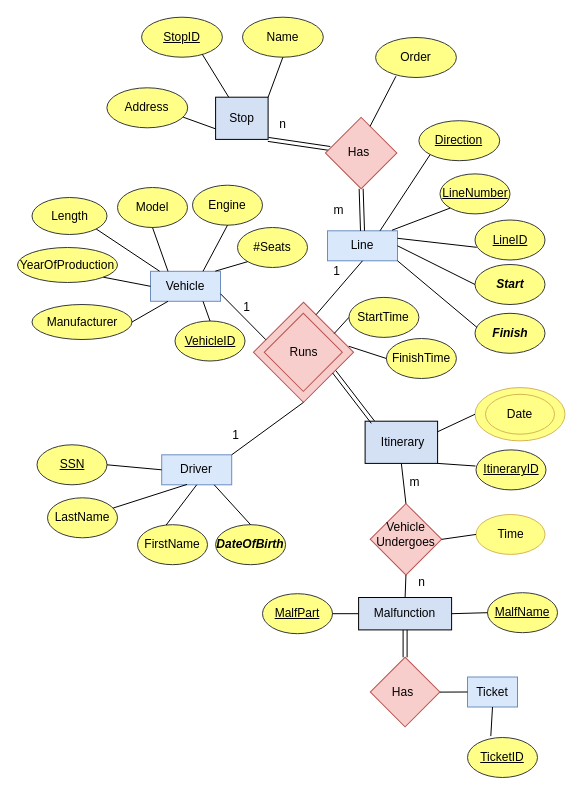
Earlier version of the draw.io diagram Untitled Diagram.drawio (kotsos2000/kotsos2000). Source tidied: cells renumbered, new cells numbered last; positions are measured from the earlier drawing's top-left corner, leaving out a move shared by most shapes. Both pictures are drawn from the tidied source at 100%, with x=0, y=0 at pixel (17, 17).
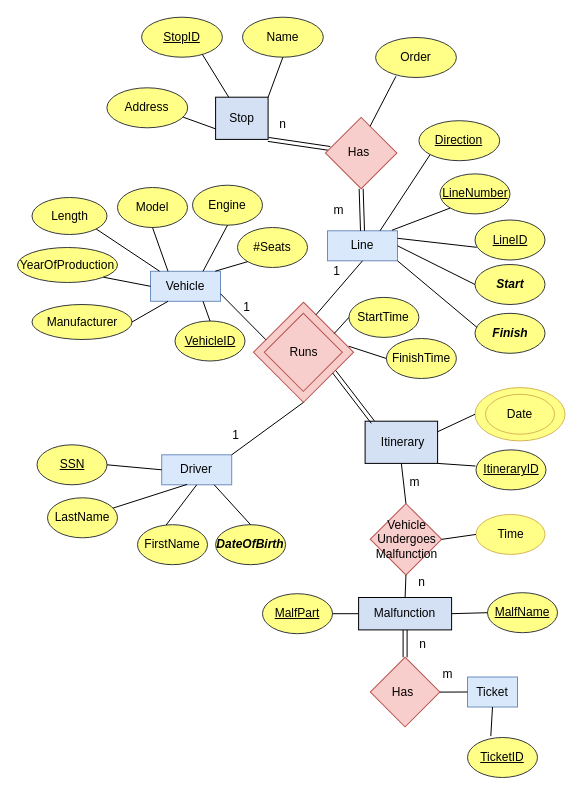
After the change.

Change to the diagram source:
```diff
@@
-    <mxCell id="20" value="Vehicle&lt;br&gt;Undergoes" style="text;html=1;align=center;verticalAlign=middle;strokeColor=none;fillColor=none;" parent="1" vertex="1">
-      <mxGeometry x="347.6" y="497" width="80" height="40" as="geometry" />
+    <mxCell id="20" value="Vehicle&lt;br&gt;Undergoes&lt;br&gt;Malfunction" style="text;html=1;align=center;verticalAlign=middle;strokeColor=none;fillColor=none;" parent="1" vertex="1">
+      <mxGeometry x="348.5" y="491.9" width="80" height="60" as="geometry" />
     </mxCell>
@@
+    <mxCell id="93" value="n" style="text;html=1;align=center;verticalAlign=middle;strokeColor=none;fillColor=none;" parent="1" vertex="1">
+      <mxGeometry x="390.1" y="612.4" width="30" height="30" as="geometry" />
+    </mxCell>
+    <mxCell id="94" value="m" style="text;html=1;align=center;verticalAlign=middle;strokeColor=none;fillColor=none;" parent="1" vertex="1">
+      <mxGeometry x="415.1" y="642.4" width="30" height="30" as="geometry" />
+    </mxCell>
```
